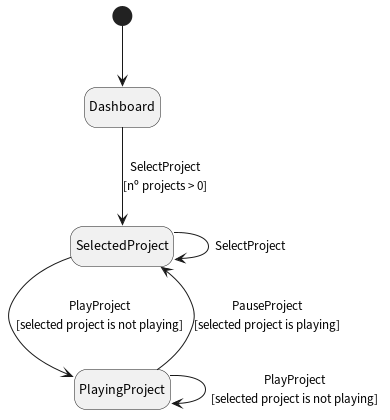
Before: assignments/4_model_based_testing/state_machines/state_machine_2.png, a diagram exported from PlantUML (JoaoCostaIFG/tvvs).
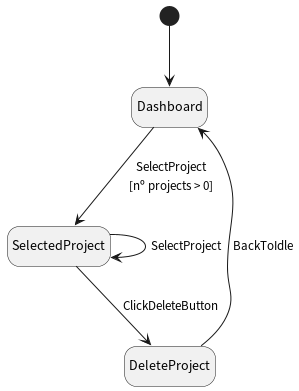
After the commit.

Diff of the diagram source:
```diff
@@ -6,9 +6,8 @@
 Dashboard --> SelectedProject : SelectProject\n[nº projects > 0]
 
 SelectedProject --> SelectedProject : SelectProject
-SelectedProject --> PlayingProject : PlayProject\n[selected project is not playing]
+SelectedProject --> DeleteProject : ClickDeleteButton
 
-PlayingProject --> PlayingProject : PlayProject\n[selected project is not playing]
-PlayingProject --> SelectedProject : PauseProject\n[selected project is playing]
+DeleteProject --> Dashboard : BackToIdle
 
 @enduml
```
